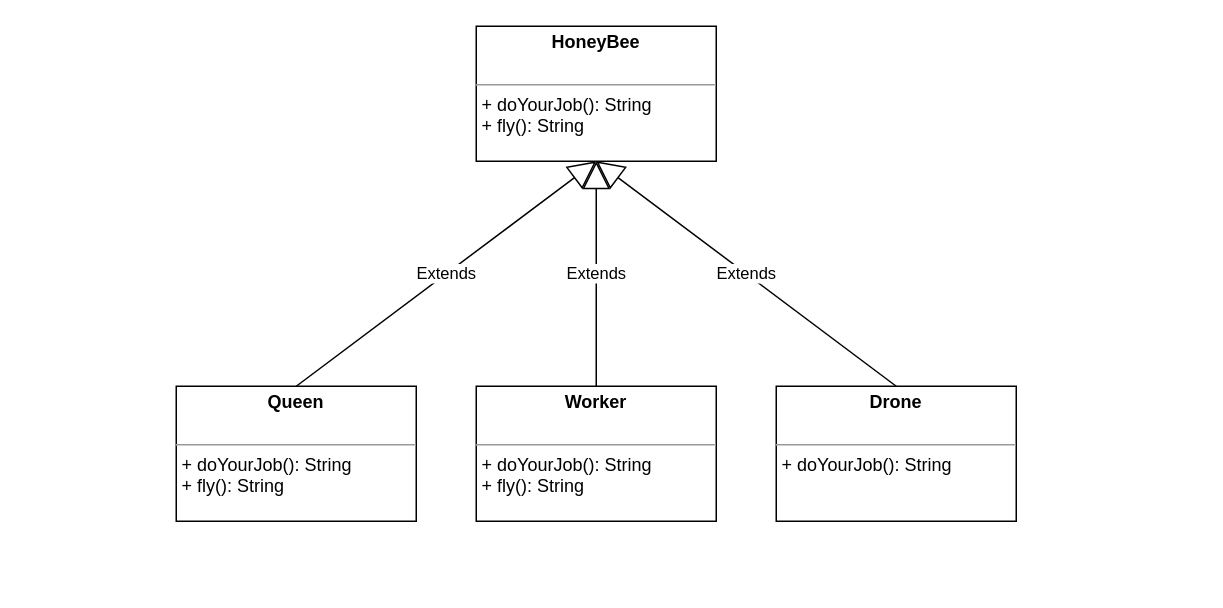
This is page "Bees & Birds" (2 of 2) of honeybee.drawio from HolgerSin/08_Interfaces, a draw.io file, before an edit. Source tidied: cells renumbered, new cells numbered last; positions are measured from the earlier drawing's top-left corner, leaving out a move shared by most shapes. Both pictures are drawn from the tidied source at 150%, with x=0, y=0 at pixel (176, 26).
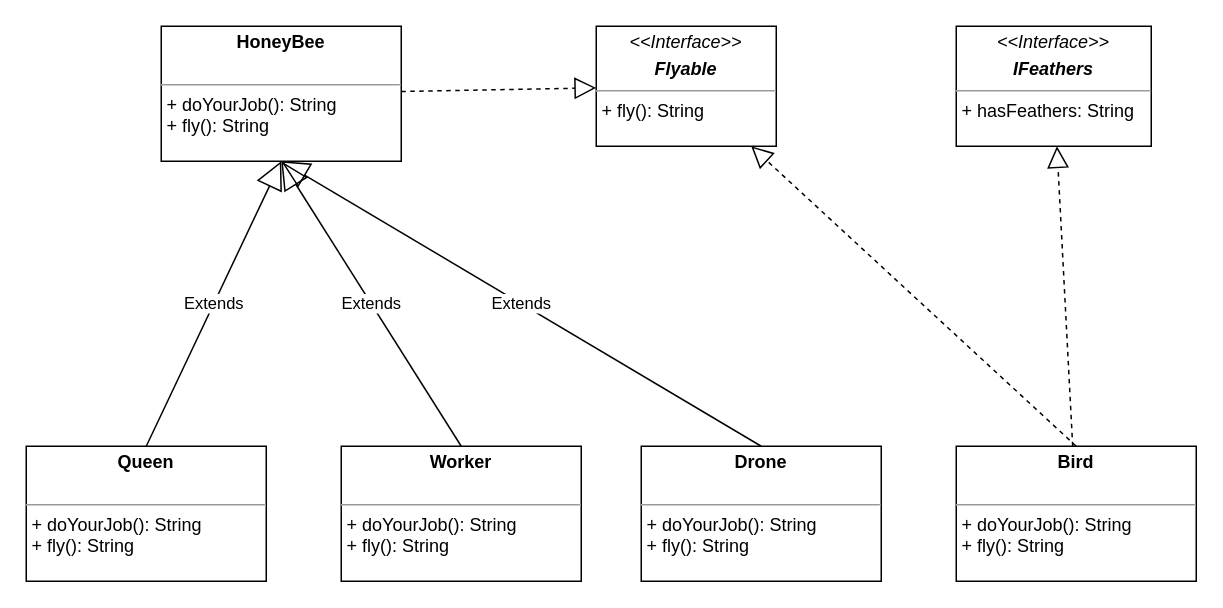
The same page after the edit.

Change to the diagram source:
```diff
@@
 <mxGraphModel>
   <root>
     <mxCell id="0" />
     <mxCell id="1" parent="0" />
     <mxCell id="2" value="&lt;p style=&quot;margin: 0px ; margin-top: 4px ; text-align: center&quot;&gt;&lt;b&gt;HoneyBee&lt;/b&gt;&lt;/p&gt;&lt;p style=&quot;margin: 0px ; margin-left: 4px&quot;&gt;&lt;br&gt;&lt;/p&gt;&lt;hr size=&quot;1&quot;&gt;&lt;p style=&quot;margin: 0px ; margin-left: 4px&quot;&gt;+ doYourJob(): String&lt;/p&gt;&lt;p style=&quot;margin: 0px ; margin-left: 4px&quot;&gt;+ fly(): String&lt;/p&gt;" style="verticalAlign=top;align=left;overflow=fill;fontSize=12;fontFamily=Helvetica;html=1;" parent="1" vertex="1">
-      <mxGeometry x="200" width="160" height="90" as="geometry" />
+      <mxGeometry x="-10" width="160" height="90" as="geometry" />
     </mxCell>
     <mxCell id="3" value="&lt;p style=&quot;margin: 0px ; margin-top: 4px ; text-align: center&quot;&gt;&lt;b&gt;Queen&lt;/b&gt;&lt;/p&gt;&lt;p style=&quot;margin: 0px ; margin-left: 4px&quot;&gt;&lt;br&gt;&lt;/p&gt;&lt;hr size=&quot;1&quot;&gt;&lt;p style=&quot;margin: 0px ; margin-left: 4px&quot;&gt;+ doYourJob(): String&lt;br&gt;&lt;/p&gt;&lt;p style=&quot;margin: 0px ; margin-left: 4px&quot;&gt;+ fly(): String&lt;br&gt;&lt;/p&gt;" style="verticalAlign=top;align=left;overflow=fill;fontSize=12;fontFamily=Helvetica;html=1;" parent="1" vertex="1">
-      <mxGeometry y="240" width="160" height="90" as="geometry" />
+      <mxGeometry x="-100" y="280" width="160" height="90" as="geometry" />
     </mxCell>
     <mxCell id="4" value="Extends" style="endArrow=block;endSize=16;endFill=0;html=1;exitX=0.5;exitY=0;exitDx=0;exitDy=0;entryX=0.5;entryY=1;entryDx=0;entryDy=0;" parent="1" edge="1" source="3" target="2">
       <mxGeometry relative="1" as="geometry" />
     </mxCell>
     <mxCell id="5" value="&lt;p style=&quot;margin: 0px ; margin-top: 4px ; text-align: center&quot;&gt;&lt;b&gt;Worker&lt;/b&gt;&lt;/p&gt;&lt;p style=&quot;margin: 0px ; margin-left: 4px&quot;&gt;&lt;br&gt;&lt;/p&gt;&lt;hr size=&quot;1&quot;&gt;&lt;p style=&quot;margin: 0px ; margin-left: 4px&quot;&gt;+ doYourJob(): String&lt;br&gt;&lt;/p&gt;&lt;p style=&quot;margin: 0px ; margin-left: 4px&quot;&gt;+ fly(): String&lt;br&gt;&lt;/p&gt;" style="verticalAlign=top;align=left;overflow=fill;fontSize=12;fontFamily=Helvetica;html=1;" parent="1" vertex="1">
-      <mxGeometry x="200" y="240" width="160" height="90" as="geometry" />
+      <mxGeometry x="110" y="280" width="160" height="90" as="geometry" />
     </mxCell>
-    <mxCell id="6" value="&lt;p style=&quot;margin: 0px ; margin-top: 4px ; text-align: center&quot;&gt;&lt;b&gt;Drone&lt;/b&gt;&lt;/p&gt;&lt;p style=&quot;margin: 0px ; margin-left: 4px&quot;&gt;&lt;br&gt;&lt;/p&gt;&lt;hr size=&quot;1&quot;&gt;&lt;p style=&quot;margin: 0px ; margin-left: 4px&quot;&gt;+ doYourJob(): String&lt;br&gt;&lt;/p&gt;" style="verticalAlign=top;align=left;overflow=fill;fontSize=12;fontFamily=Helvetica;html=1;" parent="1" vertex="1">
-      <mxGeometry x="400" y="240" width="160" height="90" as="geometry" />
+    <mxCell id="6" value="&lt;p style=&quot;margin: 0px ; margin-top: 4px ; text-align: center&quot;&gt;&lt;b&gt;Drone&lt;/b&gt;&lt;/p&gt;&lt;p style=&quot;margin: 0px ; margin-left: 4px&quot;&gt;&lt;br&gt;&lt;/p&gt;&lt;hr size=&quot;1&quot;&gt;&lt;p style=&quot;margin: 0px ; margin-left: 4px&quot;&gt;+ doYourJob(): String&lt;br&gt;&lt;/p&gt;&lt;p style=&quot;margin: 0px ; margin-left: 4px&quot;&gt;+ fly(): String&lt;br&gt;&lt;/p&gt;" style="verticalAlign=top;align=left;overflow=fill;fontSize=12;fontFamily=Helvetica;html=1;" parent="1" vertex="1">
+      <mxGeometry x="310" y="280" width="160" height="90" as="geometry" />
     </mxCell>
     <mxCell id="7" value="Extends" style="endArrow=block;endSize=16;endFill=0;html=1;exitX=0.5;exitY=0;exitDx=0;exitDy=0;entryX=0.5;entryY=1;entryDx=0;entryDy=0;" parent="1" edge="1" source="5" target="2">
       <mxGeometry relative="1" as="geometry" />
     </mxCell>
     <mxCell id="8" value="Extends" style="endArrow=block;endSize=16;endFill=0;html=1;exitX=0.5;exitY=0;exitDx=0;exitDy=0;entryX=0.5;entryY=1;entryDx=0;entryDy=0;" parent="1" edge="1" source="6" target="2">
       <mxGeometry relative="1" as="geometry" />
     </mxCell>
+    <mxCell id="9" value="&lt;p style=&quot;margin: 0px ; margin-top: 4px ; text-align: center&quot;&gt;&lt;b&gt;Bird&lt;/b&gt;&lt;/p&gt;&lt;p style=&quot;margin: 0px ; margin-left: 4px&quot;&gt;&lt;br&gt;&lt;/p&gt;&lt;hr size=&quot;1&quot;&gt;&lt;p style=&quot;margin: 0px ; margin-left: 4px&quot;&gt;+ doYourJob(): String&lt;br&gt;&lt;/p&gt;&lt;p style=&quot;margin: 0px ; margin-left: 4px&quot;&gt;+ fly(): String&lt;br&gt;&lt;/p&gt;" style="verticalAlign=top;align=left;overflow=fill;fontSize=12;fontFamily=Helvetica;html=1;" parent="1" vertex="1">
+      <mxGeometry x="520" y="280" width="160" height="90" as="geometry" />
+    </mxCell>
+    <mxCell id="10" value="&lt;p style=&quot;margin: 0px ; margin-top: 4px ; text-align: center&quot;&gt;&lt;i&gt;&amp;lt;&amp;lt;Interface&amp;gt;&amp;gt;&lt;/i&gt;&lt;/p&gt;&lt;p style=&quot;margin: 0px ; margin-top: 4px ; text-align: center&quot;&gt;&lt;i&gt;&lt;b&gt;Flyable&lt;/b&gt;&lt;/i&gt;&lt;br&gt;&lt;/p&gt;&lt;hr size=&quot;1&quot;&gt;&lt;p style=&quot;margin: 0px ; margin-left: 4px&quot;&gt;+ fly(): String&lt;br&gt;&lt;br&gt;&lt;/p&gt;" style="verticalAlign=top;align=left;overflow=fill;fontSize=12;fontFamily=Helvetica;html=1;" parent="1" vertex="1">
+      <mxGeometry x="280" width="120" height="80" as="geometry" />
+    </mxCell>
+    <mxCell id="11" style="endArrow=block;dashed=1;endFill=0;endSize=12;html=1;exitX=0.5;exitY=0;exitDx=0;exitDy=0;" parent="1" edge="1" source="9" target="10">
+      <mxGeometry relative="1" as="geometry" />
+    </mxCell>
+    <mxCell id="12" style="endArrow=block;dashed=1;endFill=0;endSize=12;html=1;" parent="1" edge="1" source="2" target="10">
+      <mxGeometry relative="1" as="geometry" />
+    </mxCell>
+    <mxCell id="13" value="&lt;p style=&quot;margin: 0px ; margin-top: 4px ; text-align: center&quot;&gt;&lt;i&gt;&amp;lt;&amp;lt;Interface&amp;gt;&amp;gt;&lt;/i&gt;&lt;/p&gt;&lt;p style=&quot;margin: 0px ; margin-top: 4px ; text-align: center&quot;&gt;&lt;i&gt;&lt;b&gt;IFeathers&lt;/b&gt;&lt;/i&gt;&lt;br&gt;&lt;/p&gt;&lt;hr size=&quot;1&quot;&gt;&lt;p style=&quot;margin: 0px ; margin-left: 4px&quot;&gt;+ hasFeathers: String&lt;br&gt;&lt;br&gt;&lt;/p&gt;" style="verticalAlign=top;align=left;overflow=fill;fontSize=12;fontFamily=Helvetica;html=1;" parent="1" vertex="1">
+      <mxGeometry x="520" width="130" height="80" as="geometry" />
+    </mxCell>
+    <mxCell id="14" style="endArrow=block;dashed=1;endFill=0;endSize=12;html=1;" parent="1" edge="1" source="9" target="13">
+      <mxGeometry relative="1" as="geometry" />
+    </mxCell>
   </root>
 </mxGraphModel>
```
